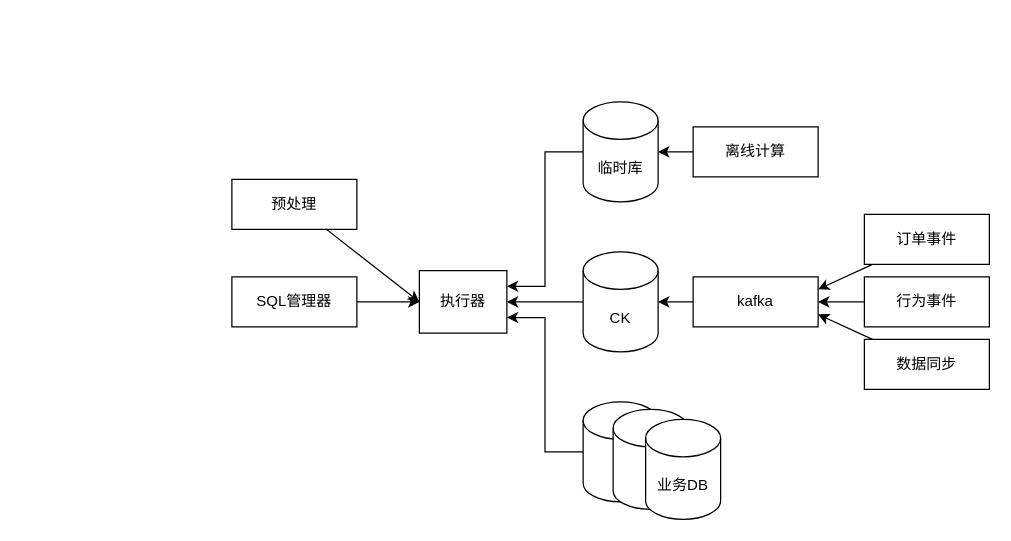
This is 实时平台.drawio from chenjinying1988/diagrams, a draw.io file, before an edit. Source tidied: cells renumbered, new cells numbered last; positions are measured from the earlier drawing's top-left corner, leaving out a move shared by most shapes. Both pictures are drawn from the tidied source at 125%, with x=0, y=0 at pixel (231, 101).
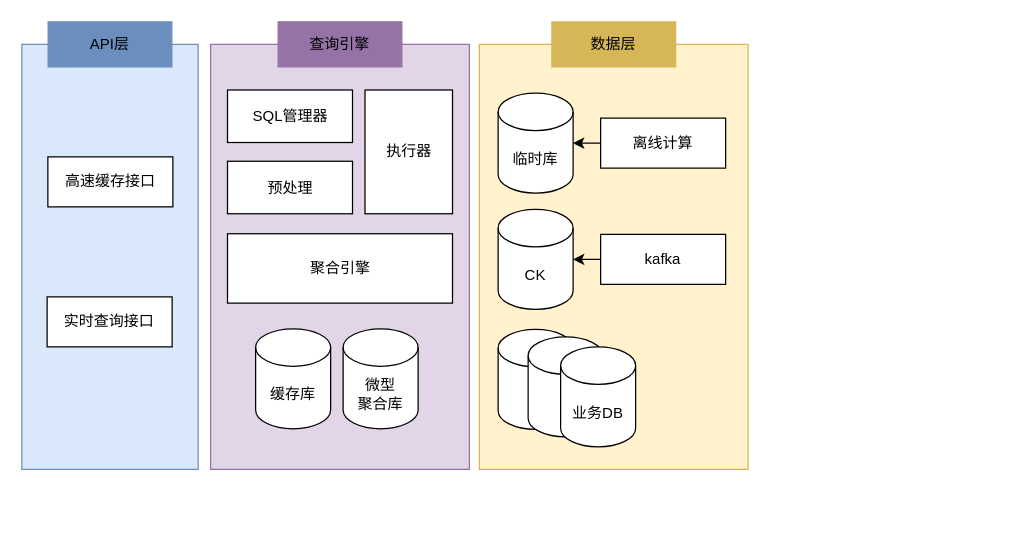
After the change.

Commit message:
更新实时平台.drawio

Change to the diagram source:
```diff
@@
-    <mxCell id="2" style="edgeStyle=orthogonalEdgeStyle;rounded=0;jettySize=auto;html=1;entryX=1;entryY=0.75;entryDx=0;entryDy=0;" parent="1" edge="1" source="3" target="20">
-      <mxGeometry relative="1" as="geometry" />
-    </mxCell>
+    <mxCell id="25" style="rounded=0;whiteSpace=wrap;html=1;fillColor=#e1d5e7;strokeColor=#9673a6;" parent="1" vertex="1">
+      <mxGeometry x="-17" y="-46" width="207" height="340" as="geometry" />
+    </mxCell>
+    <mxCell id="26" style="rounded=0;whiteSpace=wrap;html=1;fillColor=#dae8fc;strokeColor=#6c8ebf;" parent="1" vertex="1">
+      <mxGeometry x="-168" y="-46" width="141" height="340" as="geometry" />
+    </mxCell>
+    <mxCell id="27" style="rounded=0;whiteSpace=wrap;html=1;fillColor=#fff2cc;strokeColor=#d6b656;" parent="1" vertex="1">
+      <mxGeometry x="198" y="-46" width="215" height="340" as="geometry" />
+    </mxCell>
     <mxCell id="3" style="shape=cylinder3;whiteSpace=wrap;html=1;boundedLbl=1;backgroundOutline=1;size=15;" parent="1" vertex="1">
-      <mxGeometry x="281" y="240" width="60" height="80" as="geometry" />
+      <mxGeometry x="213" y="182" width="60" height="80" as="geometry" />
     </mxCell>
     <mxCell id="4" style="shape=cylinder3;whiteSpace=wrap;html=1;boundedLbl=1;backgroundOutline=1;size=15;" parent="1" vertex="1">
-      <mxGeometry x="305" y="246" width="60" height="80" as="geometry" />
+      <mxGeometry x="237" y="188" width="60" height="80" as="geometry" />
     </mxCell>
     <mxCell id="5" value="业务DB" style="shape=cylinder3;whiteSpace=wrap;html=1;boundedLbl=1;backgroundOutline=1;size=15;" parent="1" vertex="1">
-      <mxGeometry x="331" y="254" width="60" height="80" as="geometry" />
+      <mxGeometry x="263" y="196" width="60" height="80" as="geometry" />
     </mxCell>
-    <mxCell id="6" style="edgeStyle=orthogonalEdgeStyle;rounded=0;jettySize=auto;html=1;entryX=1;entryY=0.5;entryDx=0;entryDy=0;" parent="1" edge="1" source="7" target="20">
-      <mxGeometry relative="1" as="geometry" />
-    </mxCell>
     <mxCell id="7" value="CK" style="shape=cylinder3;whiteSpace=wrap;html=1;boundedLbl=1;backgroundOutline=1;size=15;" parent="1" vertex="1">
-      <mxGeometry x="281" y="120" width="60" height="80" as="geometry" />
+      <mxGeometry x="213" y="86" width="60" height="80" as="geometry" />
     </mxCell>
-    <mxCell id="8" style="edgeStyle=orthogonalEdgeStyle;rounded=0;jettySize=auto;html=1;entryX=1;entryY=0.25;entryDx=0;entryDy=0;" parent="1" edge="1" source="9" target="20">
-      <mxGeometry relative="1" as="geometry" />
-    </mxCell>
     <mxCell id="9" value="临时库" style="shape=cylinder3;whiteSpace=wrap;html=1;boundedLbl=1;backgroundOutline=1;size=15;" parent="1" vertex="1">
-      <mxGeometry x="281" width="60" height="80" as="geometry" />
+      <mxGeometry x="213" y="-7" width="60" height="80" as="geometry" />
     </mxCell>
@@
     <mxCell id="12" value="kafka" style="rounded=0;whiteSpace=wrap;html=1;" parent="1" vertex="1">
-      <mxGeometry x="369" y="140" width="100" height="40" as="geometry" />
+      <mxGeometry x="295" y="106" width="100" height="40" as="geometry" />
     </mxCell>
     <mxCell id="13" value="离线计算" style="rounded=0;whiteSpace=wrap;html=1;" parent="1" vertex="1">
-      <mxGeometry x="369" y="20" width="100" height="40" as="geometry" />
+      <mxGeometry x="295" y="13" width="100" height="40" as="geometry" />
     </mxCell>
-    <mxCell id="14" style="rounded=0;jettySize=auto;html=1;entryX=1;entryY=0.25;entryDx=0;entryDy=0;" parent="1" edge="1" source="15" target="12">
-      <mxGeometry relative="1" as="geometry" />
-    </mxCell>
-    <mxCell id="15" value="订单事件" style="rounded=0;whiteSpace=wrap;html=1;" parent="1" vertex="1">
-      <mxGeometry x="506" y="90" width="100" height="40" as="geometry" />
-    </mxCell>
-    <mxCell id="16" style="edgeStyle=orthogonalEdgeStyle;rounded=0;jettySize=auto;html=1;entryX=1;entryY=0.5;entryDx=0;entryDy=0;" parent="1" edge="1" source="17" target="12">
-      <mxGeometry relative="1" as="geometry" />
-    </mxCell>
-    <mxCell id="17" value="行为事件" style="rounded=0;whiteSpace=wrap;html=1;" parent="1" vertex="1">
-      <mxGeometry x="506" y="140" width="100" height="40" as="geometry" />
-    </mxCell>
-    <mxCell id="18" style="rounded=0;jettySize=auto;html=1;entryX=1;entryY=0.75;entryDx=0;entryDy=0;" parent="1" edge="1" source="19" target="12">
-      <mxGeometry relative="1" as="geometry" />
-    </mxCell>
-    <mxCell id="19" value="数据同步" style="rounded=0;whiteSpace=wrap;html=1;" parent="1" vertex="1">
-      <mxGeometry x="506" y="190" width="100" height="40" as="geometry" />
-    </mxCell>
     <mxCell id="20" value="执行器" style="rounded=0;whiteSpace=wrap;html=1;" parent="1" vertex="1">
-      <mxGeometry x="150" y="135" width="70" height="50" as="geometry" />
+      <mxGeometry x="106.5" y="-9.5" width="70" height="99" as="geometry" />
     </mxCell>
-    <mxCell id="21" style="edgeStyle=none;rounded=0;jettySize=auto;html=1;entryX=0;entryY=0.5;entryDx=0;entryDy=0;" parent="1" edge="1" source="22" target="20">
-      <mxGeometry relative="1" as="geometry" />
-    </mxCell>
     <mxCell id="22" value="SQL管理器" style="rounded=0;whiteSpace=wrap;html=1;" parent="1" vertex="1">
-      <mxGeometry y="140" width="100" height="40" as="geometry" />
+      <mxGeometry x="-3.5" y="-9.5" width="100" height="42" as="geometry" />
     </mxCell>
-    <mxCell id="23" style="edgeStyle=none;rounded=0;jettySize=auto;html=1;entryX=0;entryY=0.5;entryDx=0;entryDy=0;" parent="1" edge="1" source="24" target="20">
-      <mxGeometry relative="1" as="geometry" />
-    </mxCell>
     <mxCell id="24" value="预处理" style="rounded=0;whiteSpace=wrap;html=1;" parent="1" vertex="1">
-      <mxGeometry y="62" width="100" height="40" as="geometry" />
+      <mxGeometry x="-3.5" y="47.5" width="100" height="42" as="geometry" />
     </mxCell>
+    <mxCell id="28" value="高速缓存接口" style="rounded=0;whiteSpace=wrap;html=1;" parent="1" vertex="1">
+      <mxGeometry x="-147.2" y="44" width="100" height="40" as="geometry" />
+    </mxCell>
+    <mxCell id="29" value="缓存库" style="shape=cylinder3;whiteSpace=wrap;html=1;boundedLbl=1;backgroundOutline=1;size=15;" parent="1" vertex="1">
+      <mxGeometry x="19" y="181.5" width="60" height="80" as="geometry" />
+    </mxCell>
+    <mxCell id="30" value="微型&lt;br&gt;聚合库" style="shape=cylinder3;whiteSpace=wrap;html=1;boundedLbl=1;backgroundOutline=1;size=15;" parent="1" vertex="1">
+      <mxGeometry x="89" y="181.5" width="60" height="80" as="geometry" />
+    </mxCell>
+    <mxCell id="31" value="数据层" style="rounded=0;whiteSpace=wrap;html=1;fillColor=#D6B656;strokeColor=#d6b656;" parent="1" vertex="1">
+      <mxGeometry x="256" y="-64" width="99" height="36" as="geometry" />
+    </mxCell>
+    <mxCell id="32" value="API层" style="rounded=0;whiteSpace=wrap;html=1;fillColor=#6C8EBF;strokeColor=#6c8ebf;" parent="1" vertex="1">
+      <mxGeometry x="-147" y="-64" width="99" height="36" as="geometry" />
+    </mxCell>
+    <mxCell id="33" value="实时查询接口" style="rounded=0;whiteSpace=wrap;html=1;" parent="1" vertex="1">
+      <mxGeometry x="-147.8" y="156" width="100" height="40" as="geometry" />
+    </mxCell>
+    <mxCell id="34" style="edgeStyle=orthogonalEdgeStyle;rounded=0;orthogonalLoop=1;jettySize=auto;html=1;entryX=1;entryY=0.5;entryDx=0;entryDy=0;entryPerimeter=0;exitX=0;exitY=0.5;exitDx=0;exitDy=0;" parent="1" edge="1">
+      <mxGeometry relative="1" as="geometry">
+        <mxPoint x="78" y="40" as="sourcePoint" />
+      </mxGeometry>
+    </mxCell>
+    <mxCell id="35" style="edgeStyle=orthogonalEdgeStyle;rounded=0;orthogonalLoop=1;jettySize=auto;html=1;entryX=1;entryY=0.5;entryDx=0;entryDy=0;entryPerimeter=0;" parent="1" edge="1">
+      <mxGeometry relative="1" as="geometry">
+        <mxPoint x="78" y="160" as="sourcePoint" />
+      </mxGeometry>
+    </mxCell>
+    <mxCell id="36" value="查询引擎" style="rounded=0;whiteSpace=wrap;html=1;fillColor=#9673A6;strokeColor=#9673a6;" parent="1" vertex="1">
+      <mxGeometry x="37" y="-64" width="99" height="36" as="geometry" />
+    </mxCell>
+    <mxCell id="37" value="聚合引擎" style="rounded=0;whiteSpace=wrap;html=1;" parent="1" vertex="1">
+      <mxGeometry x="-3.5" y="105.5" width="180" height="55.5" as="geometry" />
+    </mxCell>
```
